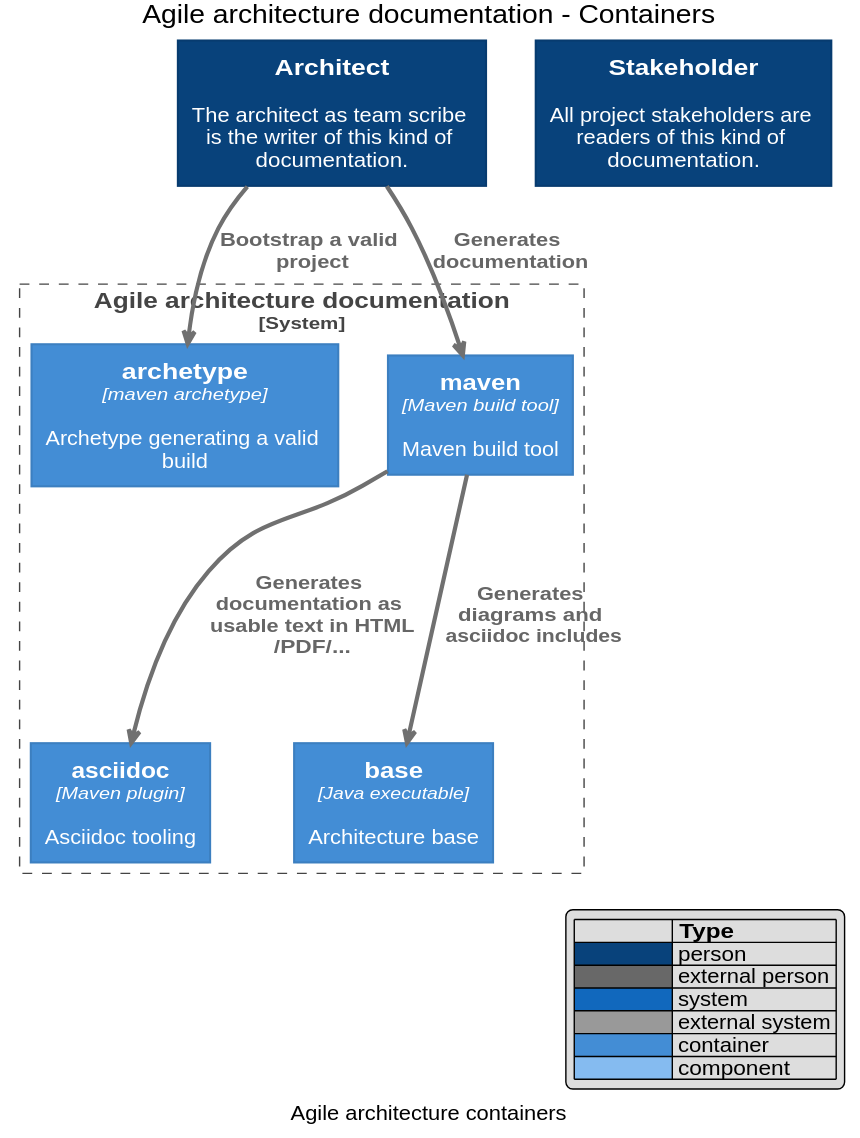
mmacphail/agile-architecture-documentation-system keeps this PlantUML diagram as images/agile.architecture.containers.svg. Above is the earlier version.
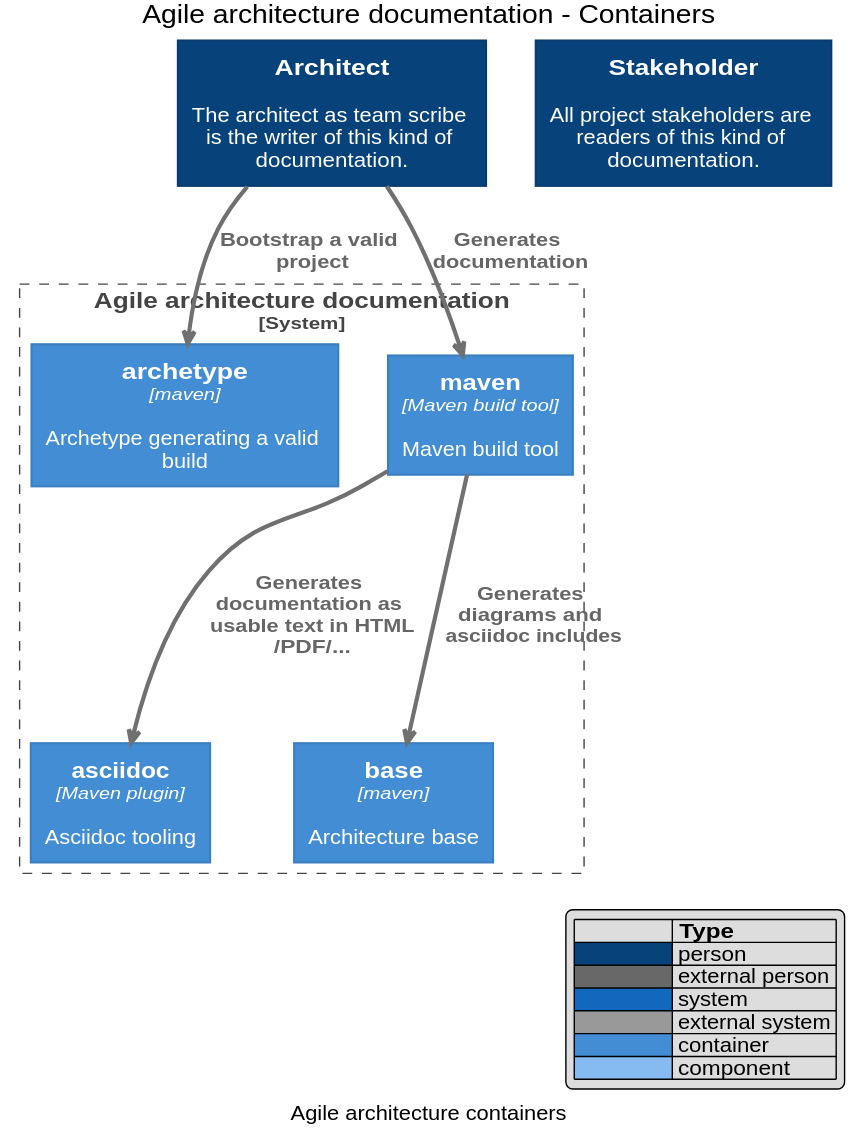
The same diagram one commit later.

Diff of the diagram source:
```diff
@@ -917,13 +917,13 @@
 rectangle "==Architect\n\n The architect as team scribe is the writer of this kind of documentation." <<person>> as 1
 rectangle "==Stakeholder\n\n All project stakeholders are readers of this kind of documentation." <<person>> as 2
 rectangle "==Agile architecture documentation\n<size:12>[System]</size>" <<boundary>> as 3_boundary {
-  rectangle "==archetype\n//<size:12>[maven archetype]</size>//\n\n Archetype generating a valid build" <<container>> as 6
-  rectangle "==asciidoc\n//<size:12>[Maven plugin]</size>//\n\n Asciidoc tooling" <<container>> as 38
-  rectangle "==base\n//<size:12>[Java executable]</size>//\n\n Architecture base" <<container>> as 10
+  rectangle "==archetype\n//<size:12>[maven]</size>//\n\n Archetype generating a valid build" <<container>> as 6
+  rectangle "==asciidoc\n//<size:12>[Maven plugin]</size>//\n\n Asciidoc tooling" <<container>> as 40
+  rectangle "==base\n//<size:12>[maven]</size>//\n\n Architecture base" <<container>> as 10
   rectangle "==maven\n//<size:12>[Maven build tool]</size>//\n\n Maven build tool" <<container>> as 8
 }
 1 -DOWN-> 6 : "===Bootstrap a valid project"
 1 -DOWN-> 8 : "===Generates documentation"
-8 -DOWN-> 38 : "===Generates documentation as usable text in HTML/PDF/..."
+8 -DOWN-> 40 : "===Generates documentation as usable text in HTML/PDF/..."
 8 -DOWN-> 10 : "===Generates diagrams and asciidoc includes"
 @enduml
```
